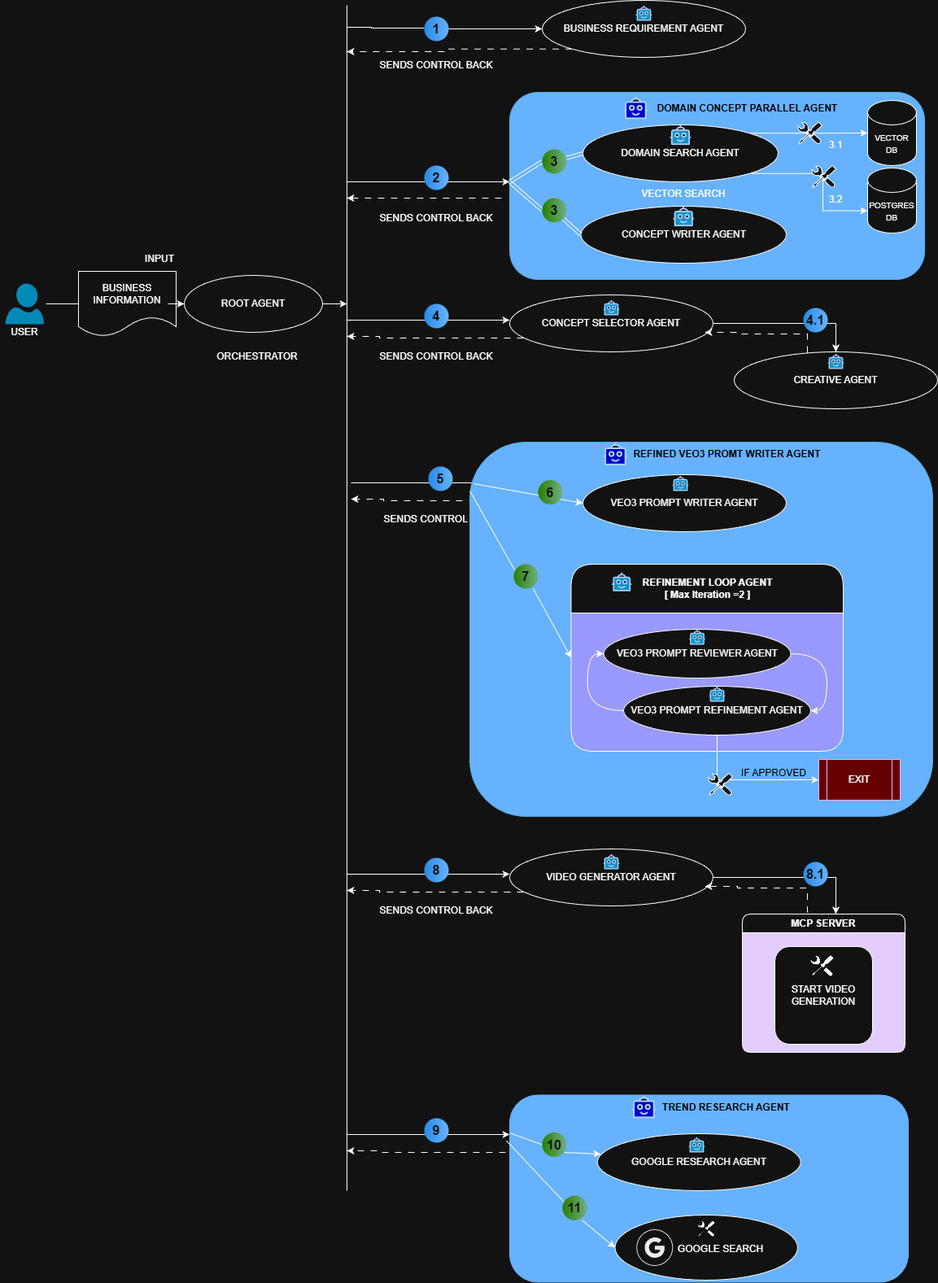
Above: diagrams/Agentic_AI_Video_Generation.png in jatindera/agentic-ai-video-ad-generator (draw.io), before the change. Source tidied: cells renumbered, new cells last; positions are measured from the earlier drawing's top-left corner, leaving out a move shared by most shapes.
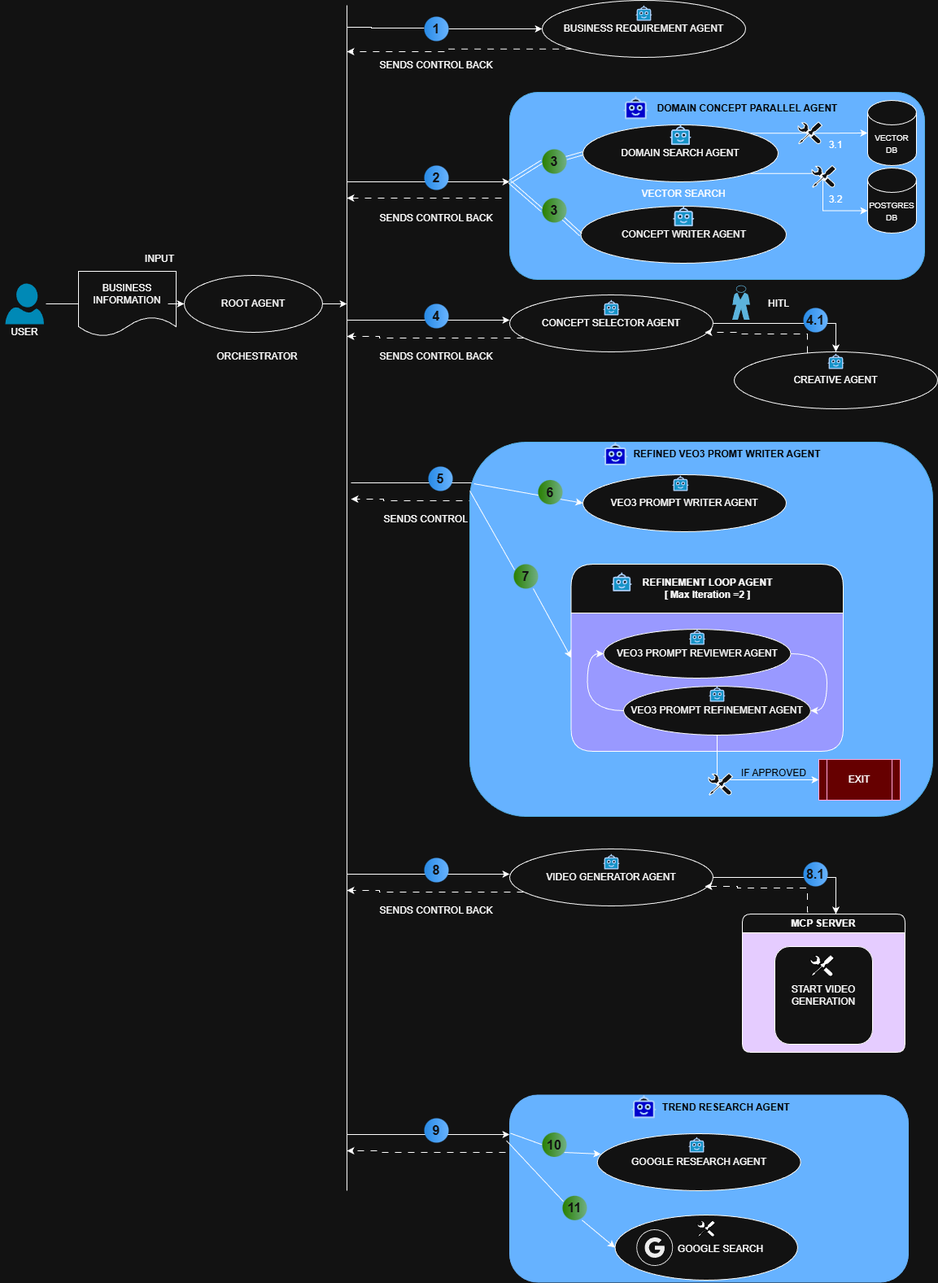
The same diagram one commit later.

Change to the diagram source:
```diff
@@ -448,5 +448,11 @@
     <mxCell id="113" value="10" style="ellipse;whiteSpace=wrap;html=1;rotation=0;gradientColor=#256F3A;strokeColor=none;gradientDirection=east;fillColor=#5DC122;rounded=0;fontFamily=Helvetica;fontSize=16;fontColor=#FFFFFF;spacingTop=4;spacingBottom=4;spacingLeft=4;spacingRight=4;points=[];fontStyle=1;" parent="1" vertex="1">
       <mxGeometry x="666" y="1391.5" width="30" height="30" as="geometry" />
     </mxCell>
+    <mxCell id="114" style="shape=mxgraph.cisco.people.standing_man;html=1;dashed=0;fillColor=#036897;strokeColor=#ffffff;strokeWidth=2;verticalLabelPosition=bottom;verticalAlign=top;align=center;" parent="1" vertex="1">
+      <mxGeometry x="900" y="351" width="22" height="42" as="geometry" />
+    </mxCell>
+    <mxCell id="115" value="HITL" style="text;html=1;whiteSpace=wrap;strokeColor=none;fillColor=none;align=center;verticalAlign=middle;rounded=0;" parent="1" vertex="1">
+      <mxGeometry x="927" y="358" width="60" height="30" as="geometry" />
+    </mxCell>
   </root>
 </mxGraphModel>
```
